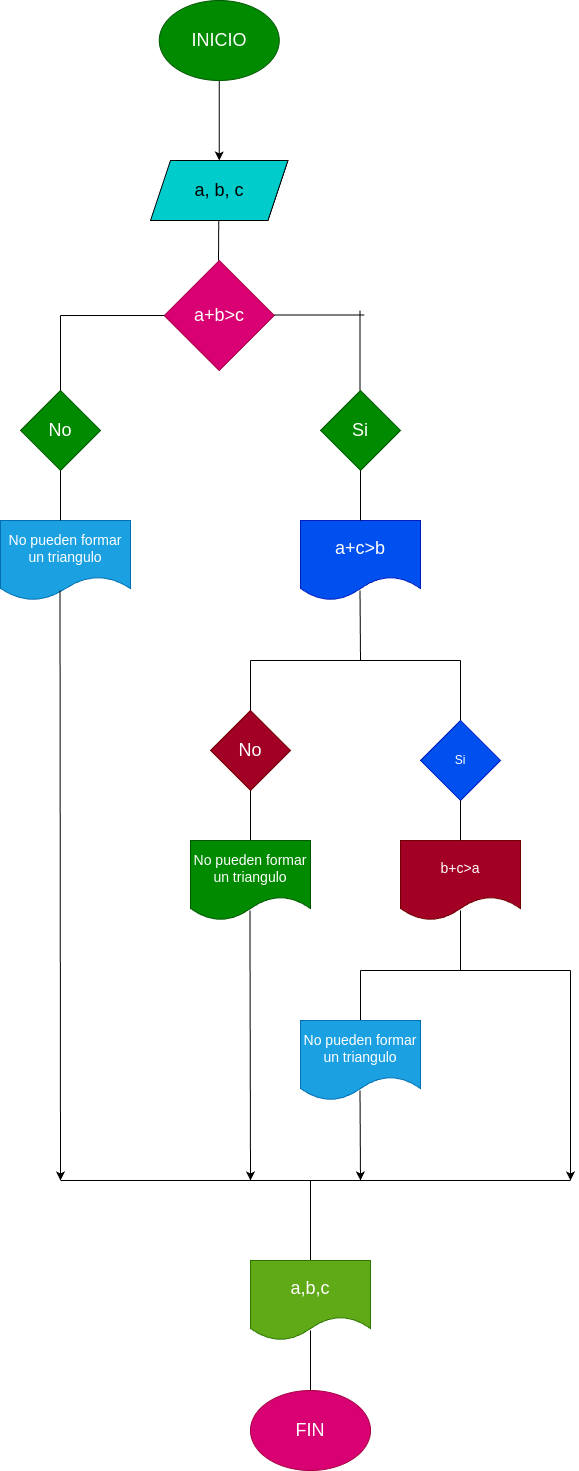
The draw.io diagram Diagrama.png in SamyrArchila/Quiz_Condicionales, before a commit. Source tidied: cells renumbered, new cells last; positions are measured from the earlier drawing's top-left corner, leaving out a move shared by most shapes.
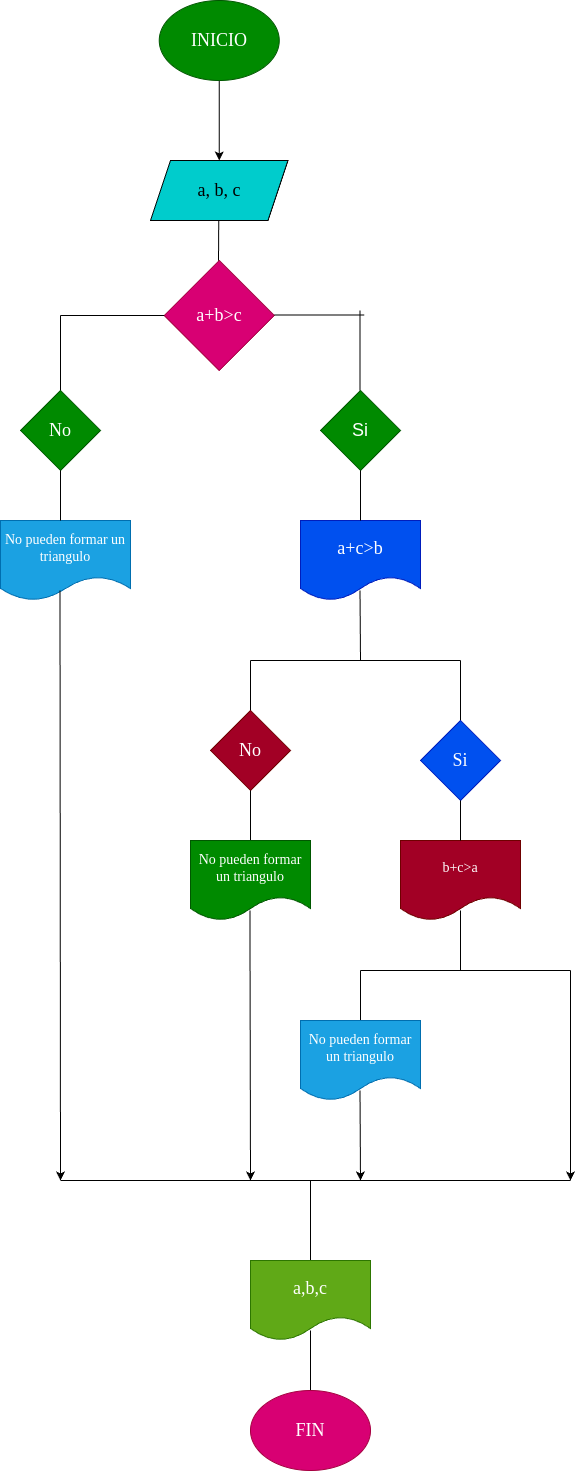
After the commit.

Diff of the diagram source:
```diff
@@ -5,10 +5,10 @@
     <mxCell id="2" style="edgeStyle=none;html=1;exitX=0.5;exitY=1;exitDx=0;exitDy=0;" parent="1" edge="1" source="43" target="3">
       <mxGeometry relative="1" as="geometry" />
     </mxCell>
-    <mxCell id="3" value="&lt;font style=&quot;font-size: 18px;&quot;&gt;a, b, c&lt;/font&gt;" style="shape=parallelogram;perimeter=parallelogramPerimeter;whiteSpace=wrap;html=1;fixedSize=1;fillColor=#00CCCC;" parent="1" vertex="1">
+    <mxCell id="3" value="&lt;font face=&quot;Georgia&quot; style=&quot;font-size: 18px;&quot;&gt;a, b, c&lt;/font&gt;" style="shape=parallelogram;perimeter=parallelogramPerimeter;whiteSpace=wrap;html=1;fixedSize=1;fillColor=#00CCCC;" parent="1" vertex="1">
       <mxGeometry x="150" y="160" width="137.5" height="60" as="geometry" />
     </mxCell>
-    <mxCell id="4" value="&lt;font style=&quot;font-size: 18px;&quot;&gt;a+b&amp;gt;c&lt;/font&gt;" style="rhombus;whiteSpace=wrap;html=1;fillColor=#d80073;fontColor=#ffffff;strokeColor=#A50040;" parent="1" vertex="1">
+    <mxCell id="4" value="&lt;font face=&quot;Georgia&quot; style=&quot;font-size: 18px;&quot;&gt;a+b&amp;gt;c&lt;/font&gt;" style="rhombus;whiteSpace=wrap;html=1;fillColor=#d80073;fontColor=#ffffff;strokeColor=#A50040;" parent="1" vertex="1">
       <mxGeometry x="163.8" y="260" width="110" height="110" as="geometry" />
     </mxCell>
     <mxCell id="5" style="endArrow=none;html=1;" parent="1" edge="1">
@@ -29,10 +29,10 @@
         <mxPoint x="60" y="395" as="targetPoint" />
       </mxGeometry>
     </mxCell>
-    <mxCell id="8" value="&lt;font style=&quot;font-size: 14px;&quot;&gt;No pueden formar un triangulo&lt;/font&gt;" style="shape=document;whiteSpace=wrap;html=1;boundedLbl=1;fillColor=#1ba1e2;fontColor=#ffffff;strokeColor=#006EAF;" parent="1" vertex="1">
+    <mxCell id="8" value="&lt;font face=&quot;Georgia&quot; style=&quot;font-size: 14px;&quot;&gt;No pueden formar un triangulo&lt;/font&gt;" style="shape=document;whiteSpace=wrap;html=1;boundedLbl=1;fillColor=#1ba1e2;fontColor=#ffffff;strokeColor=#006EAF;" parent="1" vertex="1">
       <mxGeometry y="520" width="130" height="80" as="geometry" />
     </mxCell>
-    <mxCell id="9" value="&lt;font style=&quot;font-size: 18px;&quot;&gt;No&lt;/font&gt;" style="rhombus;whiteSpace=wrap;html=1;fillColor=#008a00;fontColor=#ffffff;strokeColor=#005700;" parent="1" vertex="1">
+    <mxCell id="9" value="&lt;font face=&quot;Georgia&quot; style=&quot;font-size: 18px;&quot;&gt;No&lt;/font&gt;" style="rhombus;whiteSpace=wrap;html=1;fillColor=#008a00;fontColor=#ffffff;strokeColor=#005700;" parent="1" vertex="1">
       <mxGeometry x="20" y="390" width="80" height="80" as="geometry" />
     </mxCell>
     <mxCell id="10" style="endArrow=none;html=1;" parent="1" edge="1">
@@ -47,7 +47,7 @@
         <mxPoint x="359.5" y="390" as="targetPoint" />
       </mxGeometry>
     </mxCell>
-    <mxCell id="12" value="&lt;font style=&quot;font-size: 18px;&quot;&gt;a+c&amp;gt;b&lt;/font&gt;" style="shape=document;whiteSpace=wrap;html=1;boundedLbl=1;fillColor=#0050ef;fontColor=#ffffff;strokeColor=#001DBC;" parent="1" vertex="1">
+    <mxCell id="12" value="&lt;font face=&quot;Georgia&quot; style=&quot;font-size: 18px;&quot;&gt;a+c&amp;gt;b&lt;/font&gt;" style="shape=document;whiteSpace=wrap;html=1;boundedLbl=1;fillColor=#0050ef;fontColor=#ffffff;strokeColor=#001DBC;" parent="1" vertex="1">
       <mxGeometry x="300" y="520" width="120" height="80" as="geometry" />
     </mxCell>
     <mxCell id="13" value="&lt;font style=&quot;font-size: 18px;&quot;&gt;Si&lt;/font&gt;" style="rhombus;whiteSpace=wrap;html=1;fillColor=#008a00;fontColor=#ffffff;strokeColor=#005700;" parent="1" vertex="1">
@@ -83,7 +83,7 @@
         <mxPoint x="250" y="660" as="targetPoint" />
       </mxGeometry>
     </mxCell>
-    <mxCell id="19" value="&lt;font style=&quot;font-size: 18px;&quot;&gt;No&lt;/font&gt;" style="rhombus;whiteSpace=wrap;html=1;fillColor=#a20025;fontColor=#ffffff;strokeColor=#6F0000;" parent="1" vertex="1">
+    <mxCell id="19" value="&lt;font face=&quot;Georgia&quot; style=&quot;font-size: 18px;&quot;&gt;No&lt;/font&gt;" style="rhombus;whiteSpace=wrap;html=1;fillColor=#a20025;fontColor=#ffffff;strokeColor=#6F0000;" parent="1" vertex="1">
       <mxGeometry x="210" y="710" width="80" height="80" as="geometry" />
     </mxCell>
     <mxCell id="20" style="endArrow=none;html=1;" parent="1" edge="1">
@@ -92,7 +92,7 @@
         <mxPoint x="250" y="790" as="targetPoint" />
       </mxGeometry>
     </mxCell>
-    <mxCell id="21" value="&lt;font style=&quot;font-size: 14px;&quot;&gt;No pueden formar un triangulo&lt;/font&gt;" style="shape=document;whiteSpace=wrap;html=1;boundedLbl=1;fillColor=#008a00;fontColor=#ffffff;strokeColor=#005700;" parent="1" vertex="1">
+    <mxCell id="21" value="&lt;font face=&quot;Georgia&quot; style=&quot;font-size: 14px;&quot;&gt;No pueden formar un triangulo&lt;/font&gt;" style="shape=document;whiteSpace=wrap;html=1;boundedLbl=1;fillColor=#008a00;fontColor=#ffffff;strokeColor=#005700;" parent="1" vertex="1">
       <mxGeometry x="190" y="840" width="120" height="80" as="geometry" />
     </mxCell>
     <mxCell id="22" style="endArrow=none;html=1;" parent="1" edge="1">
@@ -107,10 +107,10 @@
         <mxPoint x="460" y="660" as="targetPoint" />
       </mxGeometry>
     </mxCell>
-    <mxCell id="24" value="Si" style="rhombus;whiteSpace=wrap;html=1;fillColor=#0050ef;fontColor=#ffffff;strokeColor=#001DBC;" parent="1" vertex="1">
+    <mxCell id="24" value="&lt;font face=&quot;Georgia&quot; style=&quot;font-size: 18px;&quot;&gt;Si&lt;/font&gt;" style="rhombus;whiteSpace=wrap;html=1;fillColor=#0050ef;fontColor=#ffffff;strokeColor=#001DBC;" parent="1" vertex="1">
       <mxGeometry x="420" y="720" width="80" height="80" as="geometry" />
     </mxCell>
-    <mxCell id="25" value="&lt;font style=&quot;font-size: 14px;&quot;&gt;b+c&amp;gt;a&lt;/font&gt;" style="shape=document;whiteSpace=wrap;html=1;boundedLbl=1;fillColor=#a20025;fontColor=#ffffff;strokeColor=#6F0000;" parent="1" vertex="1">
+    <mxCell id="25" value="&lt;font face=&quot;Georgia&quot; style=&quot;font-size: 14px;&quot;&gt;b+c&amp;gt;a&lt;/font&gt;" style="shape=document;whiteSpace=wrap;html=1;boundedLbl=1;fillColor=#a20025;fontColor=#ffffff;strokeColor=#6F0000;" parent="1" vertex="1">
       <mxGeometry x="400" y="840" width="120" height="80" as="geometry" />
     </mxCell>
     <mxCell id="26" style="endArrow=none;html=1;exitX=0.5;exitY=0;exitDx=0;exitDy=0;" parent="1" edge="1" source="25">
@@ -154,7 +154,7 @@
         <mxPoint x="570" y="970" as="targetPoint" />
       </mxGeometry>
     </mxCell>
-    <mxCell id="33" value="&lt;font style=&quot;font-size: 14px;&quot;&gt;No pueden formar un triangulo&lt;/font&gt;" style="shape=document;whiteSpace=wrap;html=1;boundedLbl=1;fillColor=#1ba1e2;fontColor=#ffffff;strokeColor=#006EAF;" parent="1" vertex="1">
+    <mxCell id="33" value="&lt;font face=&quot;Georgia&quot; style=&quot;font-size: 14px;&quot;&gt;No pueden formar un triangulo&lt;/font&gt;" style="shape=document;whiteSpace=wrap;html=1;boundedLbl=1;fillColor=#1ba1e2;fontColor=#ffffff;strokeColor=#006EAF;" parent="1" vertex="1">
       <mxGeometry x="300" y="1020" width="120" height="80" as="geometry" />
     </mxCell>
     <mxCell id="34" style="endArrow=classic;html=1;" parent="1" edge="1">
@@ -196,7 +196,7 @@
         <mxPoint x="310" y="1180" as="targetPoint" />
       </mxGeometry>
     </mxCell>
-    <mxCell id="40" value="&lt;font style=&quot;font-size: 18px;&quot;&gt;a,b,c&lt;/font&gt;" style="shape=document;whiteSpace=wrap;html=1;boundedLbl=1;fontSize=14;fillColor=#60a917;fontColor=#ffffff;strokeColor=#2D7600;" parent="1" vertex="1">
+    <mxCell id="40" value="&lt;font face=&quot;Georgia&quot; style=&quot;font-size: 18px;&quot;&gt;a,b,c&lt;/font&gt;" style="shape=document;whiteSpace=wrap;html=1;boundedLbl=1;fontSize=14;fillColor=#60a917;fontColor=#ffffff;strokeColor=#2D7600;" parent="1" vertex="1">
       <mxGeometry x="250" y="1260" width="120" height="80" as="geometry" />
     </mxCell>
     <mxCell id="41" style="endArrow=none;html=1;fontSize=18;" parent="1" edge="1">
@@ -205,10 +205,10 @@
         <mxPoint x="310" y="1330" as="targetPoint" />
       </mxGeometry>
     </mxCell>
-    <mxCell id="42" value="FIN" style="ellipse;whiteSpace=wrap;html=1;fontSize=18;fillColor=#d80073;fontColor=#ffffff;strokeColor=#A50040;" parent="1" vertex="1">
+    <mxCell id="42" value="&lt;font face=&quot;Georgia&quot;&gt;FIN&lt;/font&gt;" style="ellipse;whiteSpace=wrap;html=1;fontSize=18;fillColor=#d80073;fontColor=#ffffff;strokeColor=#A50040;" parent="1" vertex="1">
       <mxGeometry x="250" y="1390" width="120" height="80" as="geometry" />
     </mxCell>
-    <mxCell id="43" value="&lt;font style=&quot;font-size: 18px;&quot;&gt;INICIO&lt;/font&gt;" style="ellipse;whiteSpace=wrap;html=1;fillColor=#008a00;fontColor=#ffffff;strokeColor=#005700;" parent="1" vertex="1">
+    <mxCell id="43" value="&lt;font face=&quot;Georgia&quot; style=&quot;font-size: 18px;&quot;&gt;INICIO&lt;/font&gt;" style="ellipse;whiteSpace=wrap;html=1;fillColor=#008a00;fontColor=#ffffff;strokeColor=#005700;" parent="1" vertex="1">
       <mxGeometry x="158.8" width="120" height="80" as="geometry" />
     </mxCell>
   </root>
```
